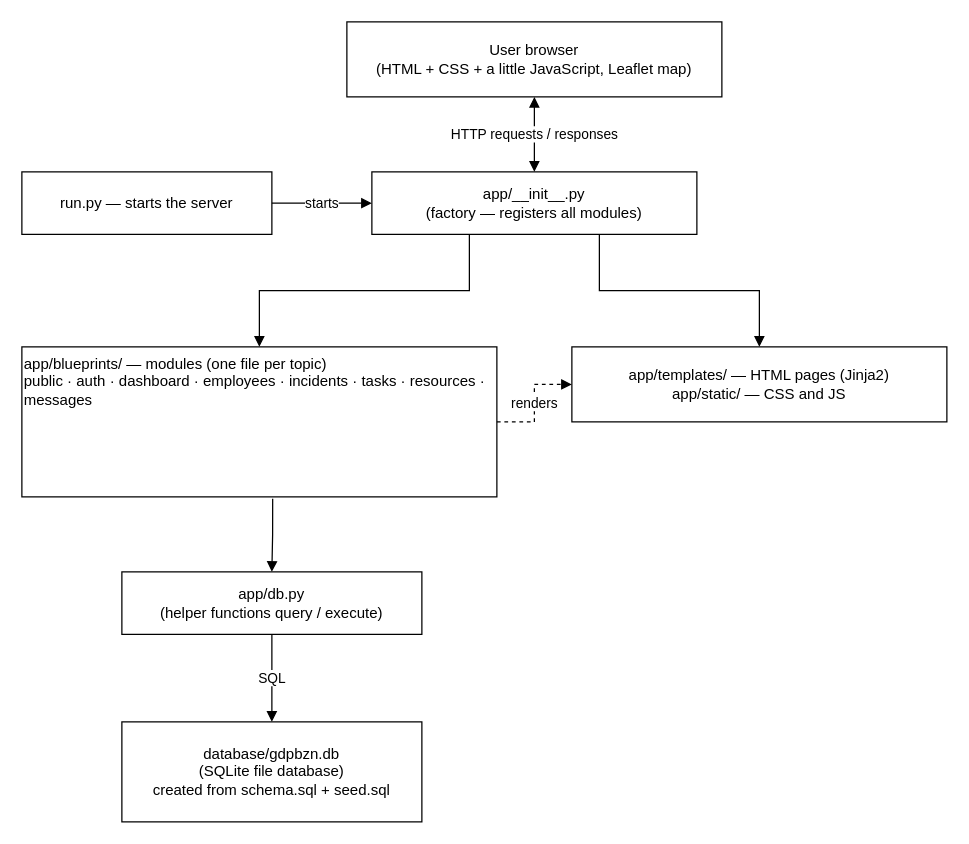
The draw.io diagram docs/diagrams/architecture.drawio in codingburgas/iara-gdbpzn-EDZalinskaya23, before the edit. Source tidied: cells renumbered, new cells numbered last; positions are measured from the earlier drawing's top-left corner, leaving out a move shared by most shapes. Both pictures are drawn from the tidied source at 125%, with x=0, y=0 at pixel (21, 21).
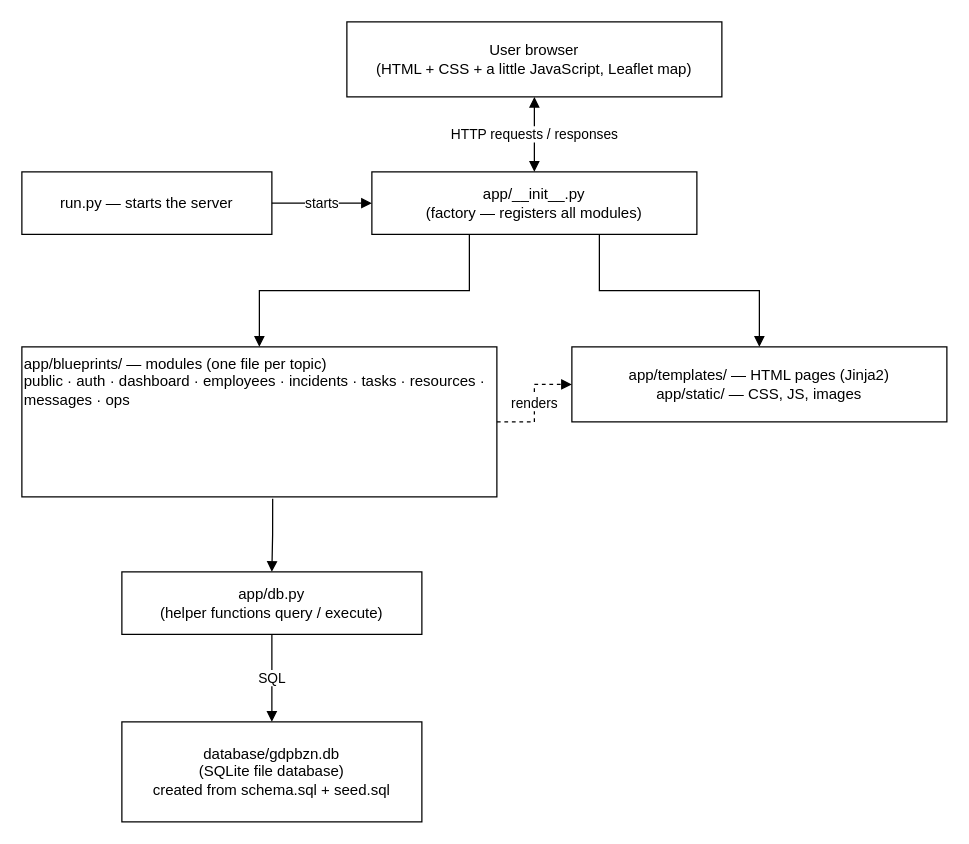
Above is the later version.

What changed in the source:
```diff
@@
 <mxGraphModel>
   <root>
     <mxCell id="0" />
     <mxCell id="1" parent="0" />
     <mxCell id="2" value="User browser&#10;(HTML + CSS + a little JavaScript, Leaflet map)" style="rounded=0;whiteSpace=wrap;html=1;" parent="1" vertex="1">
       <mxGeometry x="260" width="300" height="60" as="geometry" />
     </mxCell>
     <mxCell id="3" value="run.py — starts the server" style="rounded=0;whiteSpace=wrap;html=1;" parent="1" vertex="1">
       <mxGeometry y="120" width="200" height="50" as="geometry" />
     </mxCell>
     <mxCell id="4" value="app/__init__.py&#10;(factory — registers all modules)" style="rounded=0;whiteSpace=wrap;html=1;" parent="1" vertex="1">
       <mxGeometry x="280" y="120" width="260" height="50" as="geometry" />
     </mxCell>
-    <mxCell id="5" value="app/blueprints/ — modules (one file per topic)&#10;public · auth · dashboard · employees · incidents · tasks · resources · messages" style="rounded=0;whiteSpace=wrap;html=1;align=left;verticalAlign=top;" parent="1" vertex="1">
+    <mxCell id="5" value="app/blueprints/ — modules (one file per topic)&#10;public · auth · dashboard · employees · incidents · tasks · resources · messages · ops" style="rounded=0;whiteSpace=wrap;html=1;align=left;verticalAlign=top;" parent="1" vertex="1">
       <mxGeometry y="260" width="380" height="120" as="geometry" />
     </mxCell>
-    <mxCell id="6" value="app/templates/ — HTML pages (Jinja2)&#10;app/static/ — CSS and JS" style="rounded=0;whiteSpace=wrap;html=1;" parent="1" vertex="1">
+    <mxCell id="6" value="app/templates/ — HTML pages (Jinja2)&#10;app/static/ — CSS, JS, images" style="rounded=0;whiteSpace=wrap;html=1;" parent="1" vertex="1">
       <mxGeometry x="440" y="260" width="300" height="60" as="geometry" />
     </mxCell>
     <mxCell id="7" value="app/db.py&#10;(helper functions query / execute)" style="rounded=0;whiteSpace=wrap;html=1;" parent="1" vertex="1">
       <mxGeometry x="80" y="440" width="240" height="50" as="geometry" />
     </mxCell>
     <mxCell id="8" value="database/gdpbzn.db&#10;(SQLite file database)&#10;created from schema.sql + seed.sql" style="rounded=0;whiteSpace=wrap;html=1;" parent="1" vertex="1">
       <mxGeometry x="80" y="560" width="240" height="80" as="geometry" />
     </mxCell>
     <mxCell id="9" value="HTTP requests / responses" style="edgeStyle=orthogonalEdgeStyle;rounded=0;html=1;endArrow=block;startArrow=block;exitX=0.5;exitY=1;entryX=0.5;entryY=0;" parent="1" edge="1" source="2" target="4">
       <mxGeometry relative="1" as="geometry" />
     </mxCell>
     <mxCell id="10" value="starts" style="edgeStyle=orthogonalEdgeStyle;rounded=0;html=1;endArrow=block;exitX=1;exitY=0.5;entryX=0;entryY=0.5;" parent="1" edge="1" source="3" target="4">
       <mxGeometry relative="1" as="geometry" />
     </mxCell>
     <mxCell id="11" style="edgeStyle=orthogonalEdgeStyle;rounded=0;html=1;endArrow=block;exitX=0.3;exitY=1;entryX=0.5;entryY=0;" parent="1" edge="1" source="4" target="5">
       <mxGeometry relative="1" as="geometry" />
     </mxCell>
     <mxCell id="12" style="edgeStyle=orthogonalEdgeStyle;rounded=0;html=1;endArrow=block;exitX=0.7;exitY=1;entryX=0.5;entryY=0;" parent="1" edge="1" source="4" target="6">
       <mxGeometry relative="1" as="geometry" />
     </mxCell>
     <mxCell id="13" value="renders" style="edgeStyle=orthogonalEdgeStyle;rounded=0;html=1;endArrow=block;dashed=1;exitX=1;exitY=0.5;entryX=0;entryY=0.5;" parent="1" edge="1" source="5" target="6">
       <mxGeometry relative="1" as="geometry" />
     </mxCell>
     <mxCell id="14" style="edgeStyle=orthogonalEdgeStyle;rounded=0;html=1;endArrow=block;exitX=0.528;exitY=1.013;entryX=0.5;entryY=0;exitDx=0;exitDy=0;exitPerimeter=0;" parent="1" edge="1" source="5" target="7">
       <mxGeometry relative="1" as="geometry" />
     </mxCell>
     <mxCell id="15" value="SQL" style="edgeStyle=orthogonalEdgeStyle;rounded=0;html=1;endArrow=block;exitX=0.5;exitY=1;entryX=0.5;entryY=0;" parent="1" edge="1" source="7" target="8">
       <mxGeometry relative="1" as="geometry" />
     </mxCell>
   </root>
 </mxGraphModel>
```
